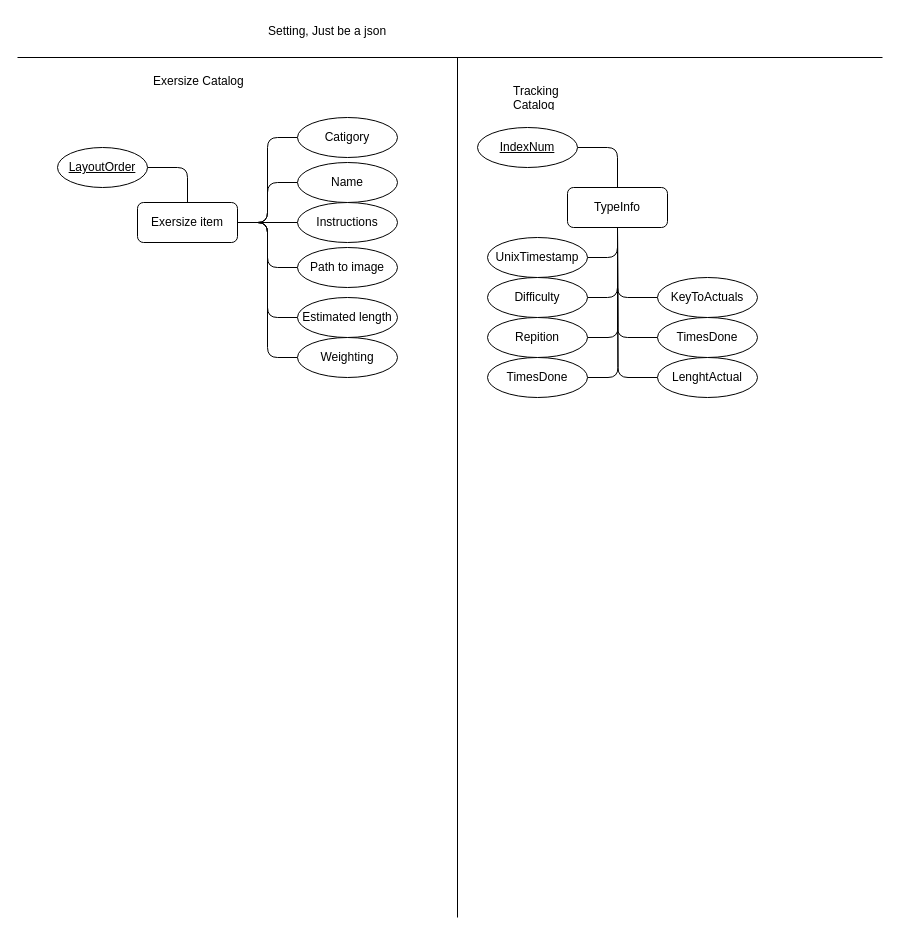
This is Git_Assign/Designs/ERD.drawio from Deejayayay/CSC3220_T2, a draw.io file, before an edit. Source tidied: cells renumbered, new cells numbered last; positions are measured from the earlier drawing's top-left corner, leaving out a move shared by most shapes. Both pictures are drawn from the tidied source at 100%, with x=0, y=0 at pixel (17, 17).
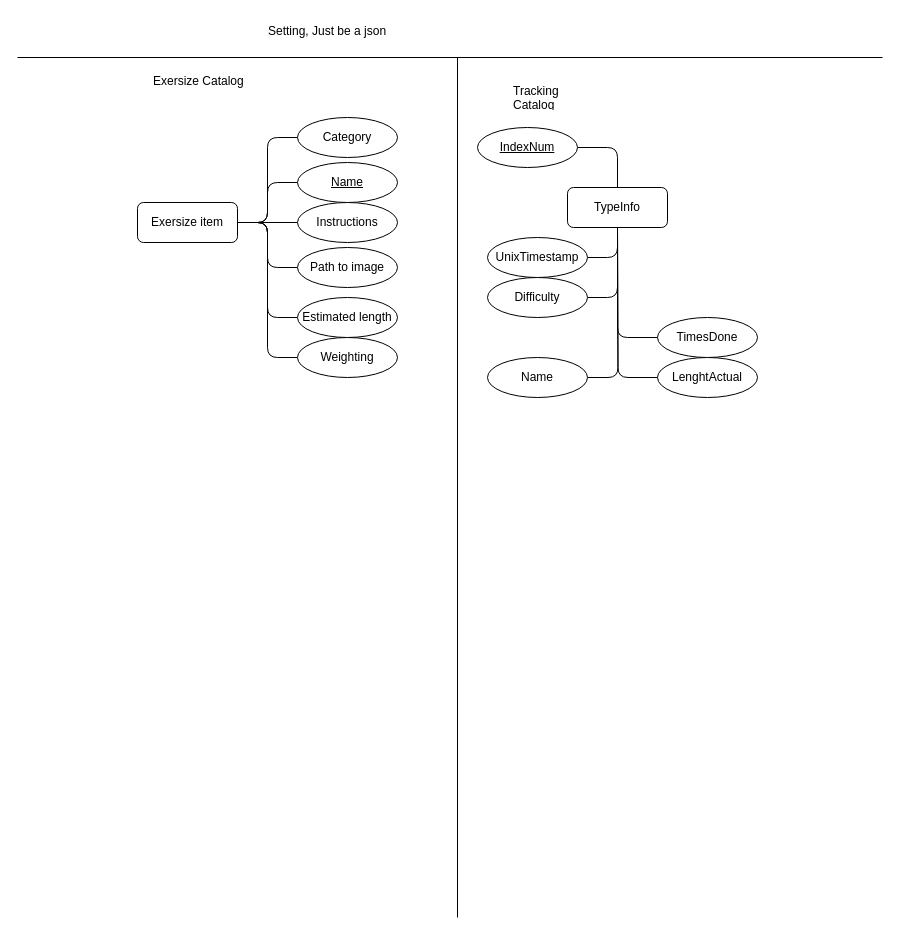
After the change.

Unchanged cells that the change refers to:
```xml
<mxCell id="5" value="TypeInfo" style="whiteSpace=wrap;html=1;align=center;rounded=1;" parent="1" vertex="1">
  <mxGeometry x="550" y="170" width="100" height="40" as="geometry" />
</mxCell>
<mxCell id="12" value="Exersize item" style="whiteSpace=wrap;html=1;align=center;rounded=1;" parent="1" vertex="1">
  <mxGeometry x="120" y="185" width="100" height="40" as="geometry" />
</mxCell>
```

What changed in the source:
```diff
@@
-    <mxCell id="2" style="edgeStyle=orthogonalEdgeStyle;rounded=1;jettySize=auto;html=1;entryX=0;entryY=0.5;entryDx=0;entryDy=0;endArrow=none;endFill=0;exitX=0.5;exitY=1;exitDx=0;exitDy=0;" parent="1" edge="1" source="5" target="8">
-      <mxGeometry relative="1" as="geometry" />
-    </mxCell>
@@
-    <mxCell id="6" style="edgeStyle=orthogonalEdgeStyle;rounded=1;jettySize=auto;html=1;exitX=1;exitY=0.5;exitDx=0;exitDy=0;entryX=0.5;entryY=0;entryDx=0;entryDy=0;endArrow=none;endFill=0;" parent="1" edge="1" source="7" target="12">
-      <mxGeometry relative="1" as="geometry" />
-    </mxCell>
-    <mxCell id="7" value="&lt;u&gt;LayoutOrder&lt;br&gt;&lt;/u&gt;" style="ellipse;whiteSpace=wrap;html=1;" parent="1" vertex="1">
-      <mxGeometry x="40" y="130" width="90" height="40" as="geometry" />
-    </mxCell>
-    <mxCell id="8" value="KeyToActuals" style="ellipse;whiteSpace=wrap;html=1;" parent="1" vertex="1">
-      <mxGeometry x="640" y="260" width="100" height="40" as="geometry" />
-    </mxCell>
@@
-    <mxCell id="29" style="edgeStyle=orthogonalEdgeStyle;rounded=1;jettySize=auto;html=1;exitX=1;exitY=0.5;exitDx=0;exitDy=0;endArrow=none;endFill=0;" parent="1" edge="1" source="30">
-      <mxGeometry relative="1" as="geometry">
-        <mxPoint x="600" y="210" as="targetPoint" />
-      </mxGeometry>
-    </mxCell>
-    <mxCell id="30" value="Repition" style="ellipse;whiteSpace=wrap;html=1;align=center;" parent="1" vertex="1">
-      <mxGeometry x="470" y="300" width="100" height="40" as="geometry" />
-    </mxCell>
@@
-    <mxCell id="32" value="TimesDone" style="ellipse;whiteSpace=wrap;html=1;align=center;" parent="1" vertex="1">
+    <mxCell id="32" value="Name" style="ellipse;whiteSpace=wrap;html=1;align=center;" parent="1" vertex="1">
       <mxGeometry x="470" y="340" width="100" height="40" as="geometry" />
     </mxCell>
@@
-    <mxCell id="38" value="Catigory" style="ellipse;whiteSpace=wrap;html=1;align=center;" parent="1" vertex="1">
+    <mxCell id="38" value="Category" style="ellipse;whiteSpace=wrap;html=1;align=center;" parent="1" vertex="1">
       <mxGeometry x="280" y="100" width="100" height="40" as="geometry" />
     </mxCell>
-    <mxCell id="39" value="Name" style="ellipse;whiteSpace=wrap;html=1;align=center;" parent="1" vertex="1">
+    <mxCell id="39" value="&lt;u&gt;Name&lt;/u&gt;" style="ellipse;whiteSpace=wrap;html=1;align=center;" parent="1" vertex="1">
       <mxGeometry x="280" y="145" width="100" height="40" as="geometry" />
     </mxCell>
```
